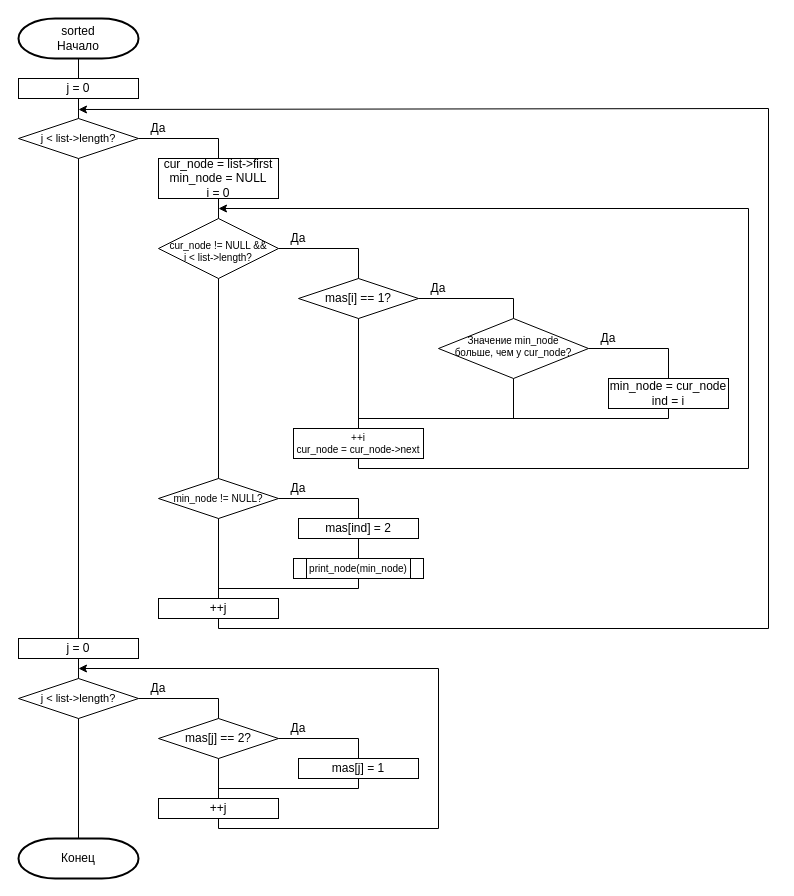
Earlier version of the draw.io diagram page "sorted(1)" (4 of 11) of images/Схема алгоритма.drawio (DexTver/course_work_sql). Source tidied: cells renumbered, new cells numbered last; positions are measured from the earlier drawing's top-left corner, leaving out a move shared by most shapes. Both pictures are drawn from the tidied source at 100%, with x=0, y=0 at pixel (18, 18).
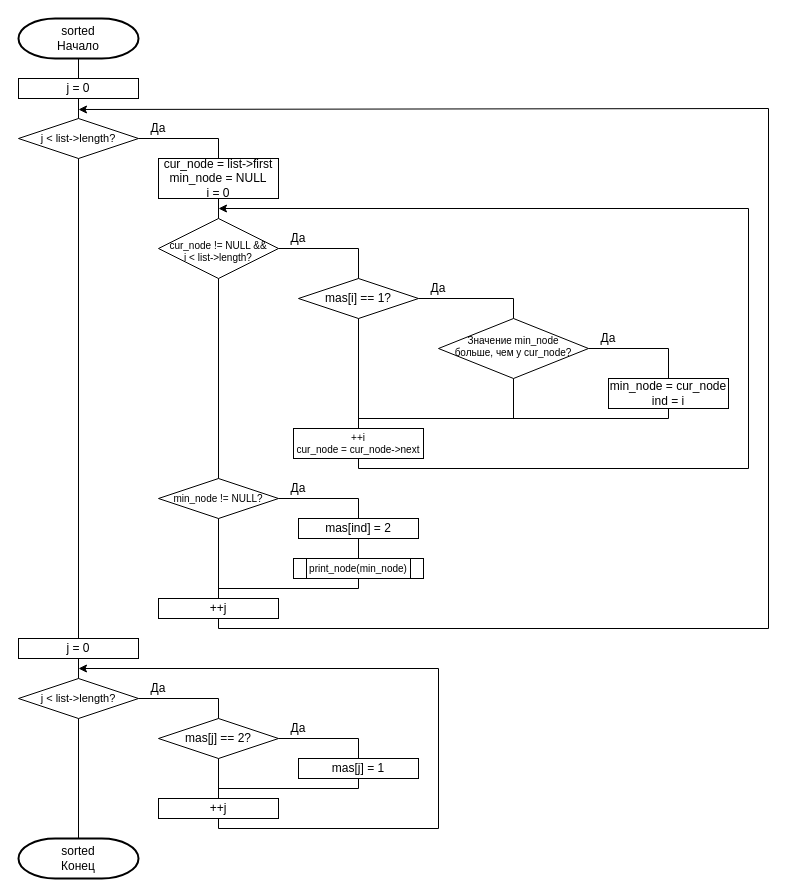
The same page after the edit.

Diff of the diagram source:
```diff
@@
-    <mxCell id="20" value="Конец" style="strokeWidth=2;html=1;shape=mxgraph.flowchart.terminator;whiteSpace=wrap;" parent="1" vertex="1">
+    <mxCell id="20" value="&lt;div&gt;sorted&lt;/div&gt;Конец" style="strokeWidth=2;html=1;shape=mxgraph.flowchart.terminator;whiteSpace=wrap;" parent="1" vertex="1">
       <mxGeometry y="820" width="120" height="40" as="geometry" />
     </mxCell>
```
